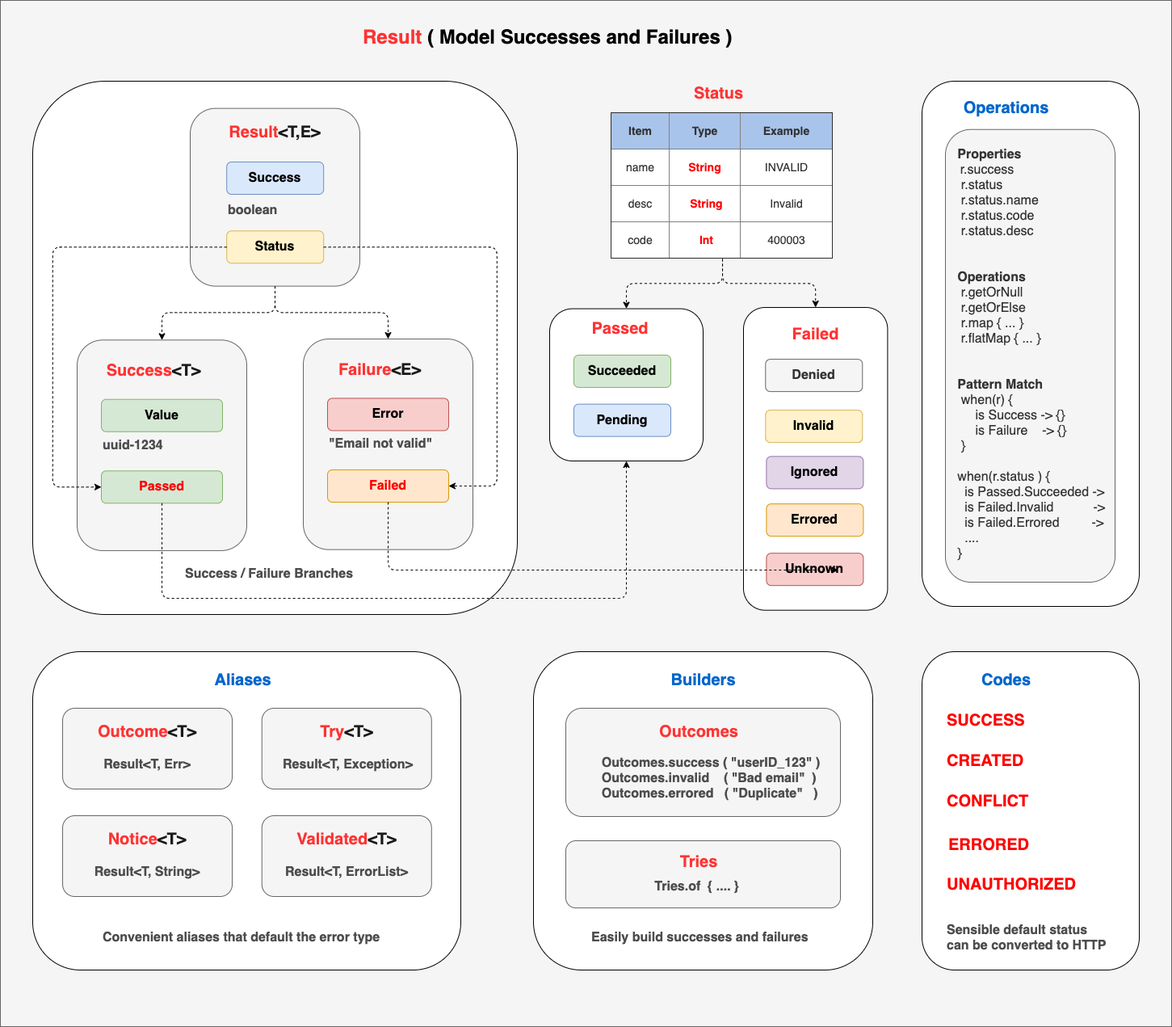
slatekit/kiit keeps this draw.io diagram as doc/diagrams/slatekit-result.png. Above is the earlier version. Source tidied: cells renumbered, new cells last; positions are measured from the earlier drawing's top-left corner, leaving out a move shared by most shapes.
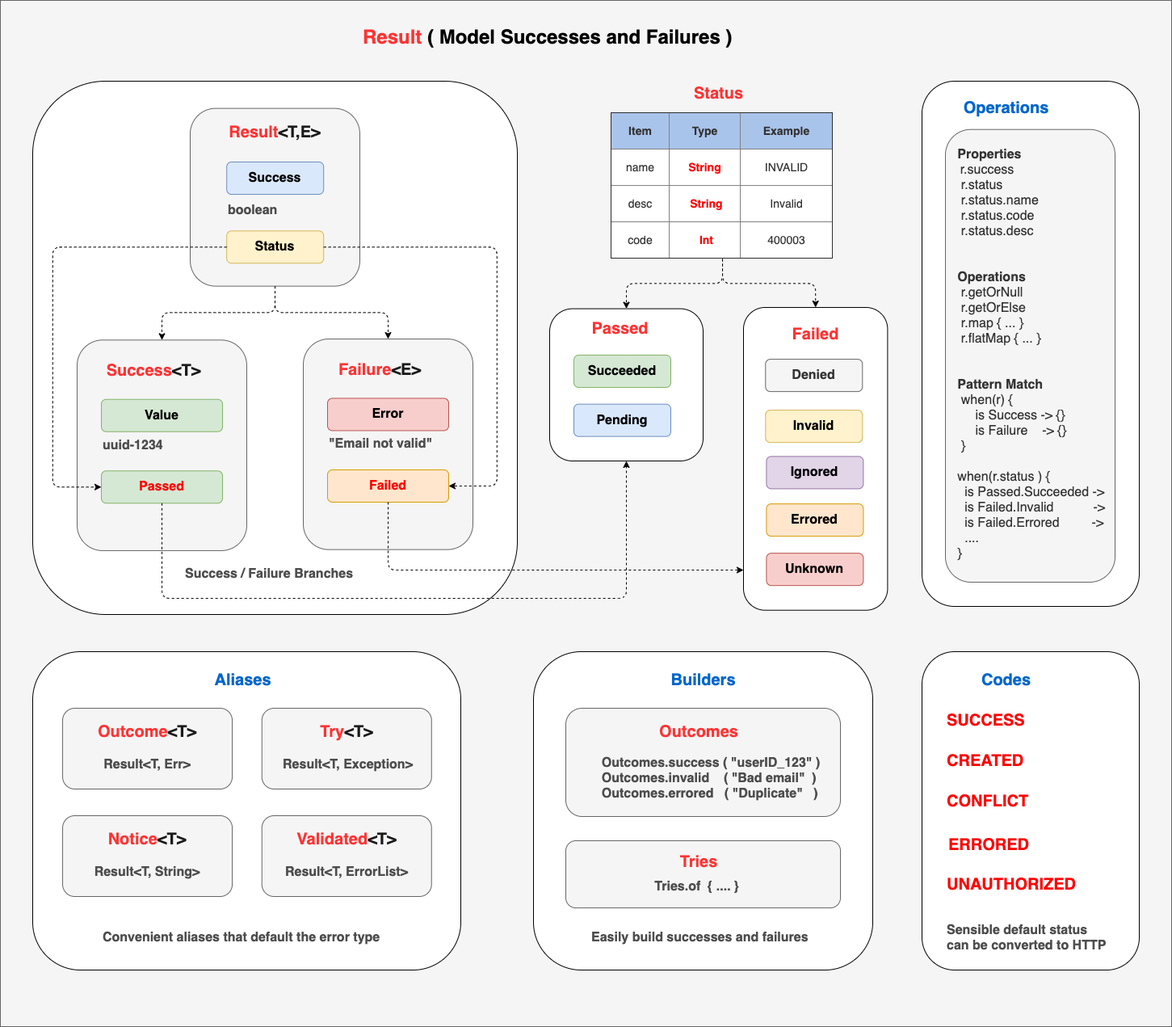
After the change.

Commit message:
Updated diagram for results

The edit, as a diff of the source:
```diff
@@ -171,9 +171,8 @@
         </Array>
       </mxGeometry>
     </mxCell>
-    <mxCell id="54" style="edgeStyle=elbowEdgeStyle;elbow=vertical;endArrow=classic;html=1;dashed=1;exitX=0.5;exitY=1;exitDx=0;exitDy=0;" parent="1" edge="1" source="36">
+    <mxCell id="54" style="edgeStyle=elbowEdgeStyle;elbow=vertical;endArrow=classic;html=1;dashed=1;exitX=0.5;exitY=1;exitDx=0;exitDy=0;" parent="1" edge="1" source="36" target="13">
       <mxGeometry relative="1" as="geometry">
-        <mxPoint x="1037.4" y="705" as="targetPoint" />
         <Array as="points">
           <mxPoint x="777.4" y="705" />
           <mxPoint x="777.4" y="705" />
```
